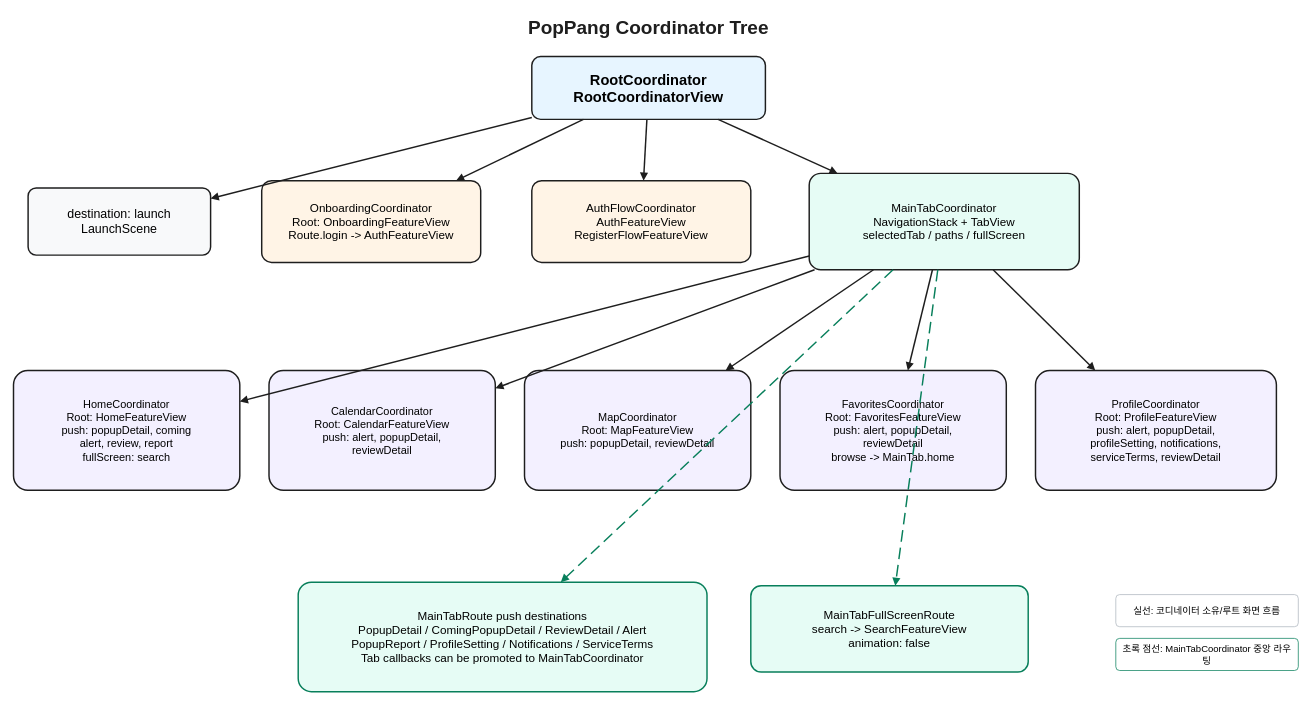
team-PopPang/PopPang-iOS keeps this draw.io diagram as CoordinatorTree.drawio. Above is the earlier version. Source tidied: cells renumbered, new cells numbered last; positions are measured from the earlier drawing's top-left corner, leaving out a move shared by most shapes. Both pictures are drawn from the tidied source at 73%, with x=0, y=0 at pixel (13, 12).
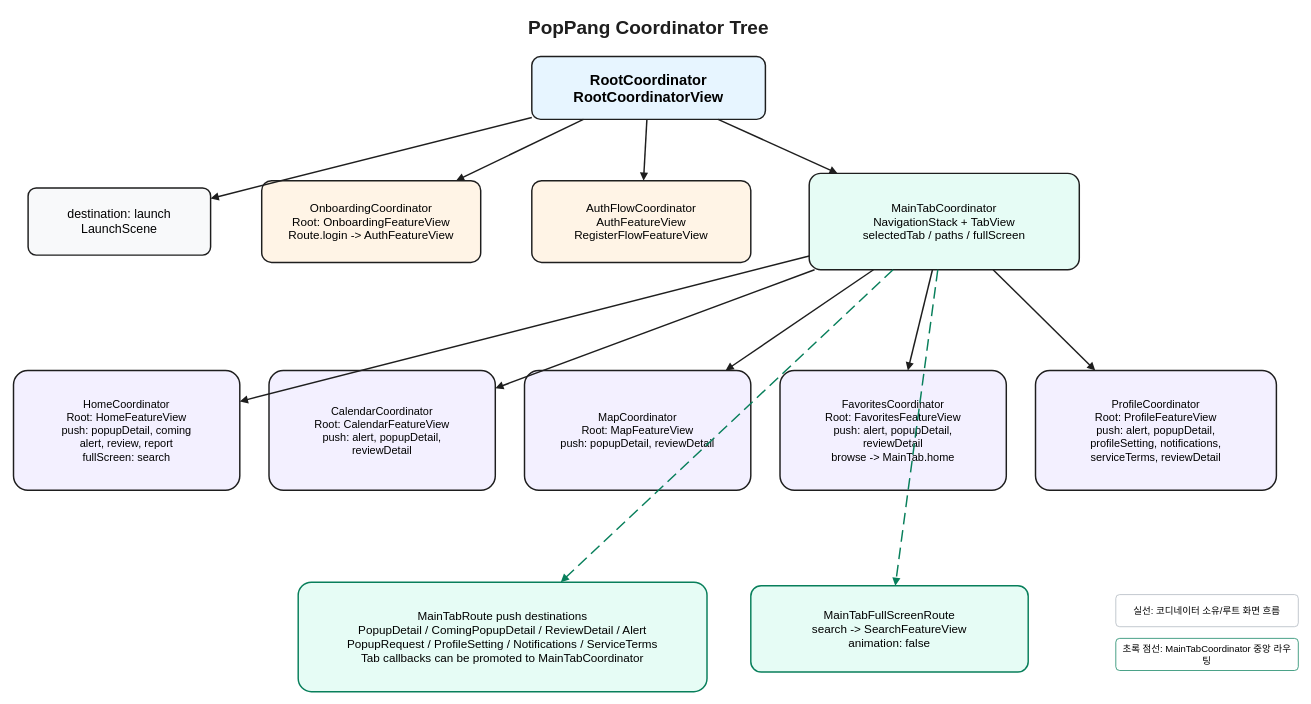
Above is the later version.

Change to the diagram source:
```diff
@@
-    <mxCell id="13" value="MainTabRoute push destinations&#10;PopupDetail / ComingPopupDetail / ReviewDetail / Alert&#10;PopupReport / ProfileSetting / Notifications / ServiceTerms&#10;Tab callbacks can be promoted to MainTabCoordinator" style="rounded=1;whiteSpace=wrap;html=1;fillColor=#E6FCF5;strokeColor=#087F5B;strokeWidth=2;fontSize=16;align=center;verticalAlign=middle;spacing=8;arcSize=12;" parent="1" vertex="1">
+    <mxCell id="13" value="MainTabRoute push destinations&#10;PopupDetail / ComingPopupDetail / ReviewDetail / Alert&#10;PopupRequest / ProfileSetting / Notifications / ServiceTerms&#10;Tab callbacks can be promoted to MainTabCoordinator" style="rounded=1;whiteSpace=wrap;html=1;fillColor=#E6FCF5;strokeColor=#087F5B;strokeWidth=2;fontSize=16;align=center;verticalAlign=middle;spacing=8;arcSize=12;" parent="1" vertex="1">
       <mxGeometry x="390" y="780" width="560" height="150" as="geometry" />
     </mxCell>
```
